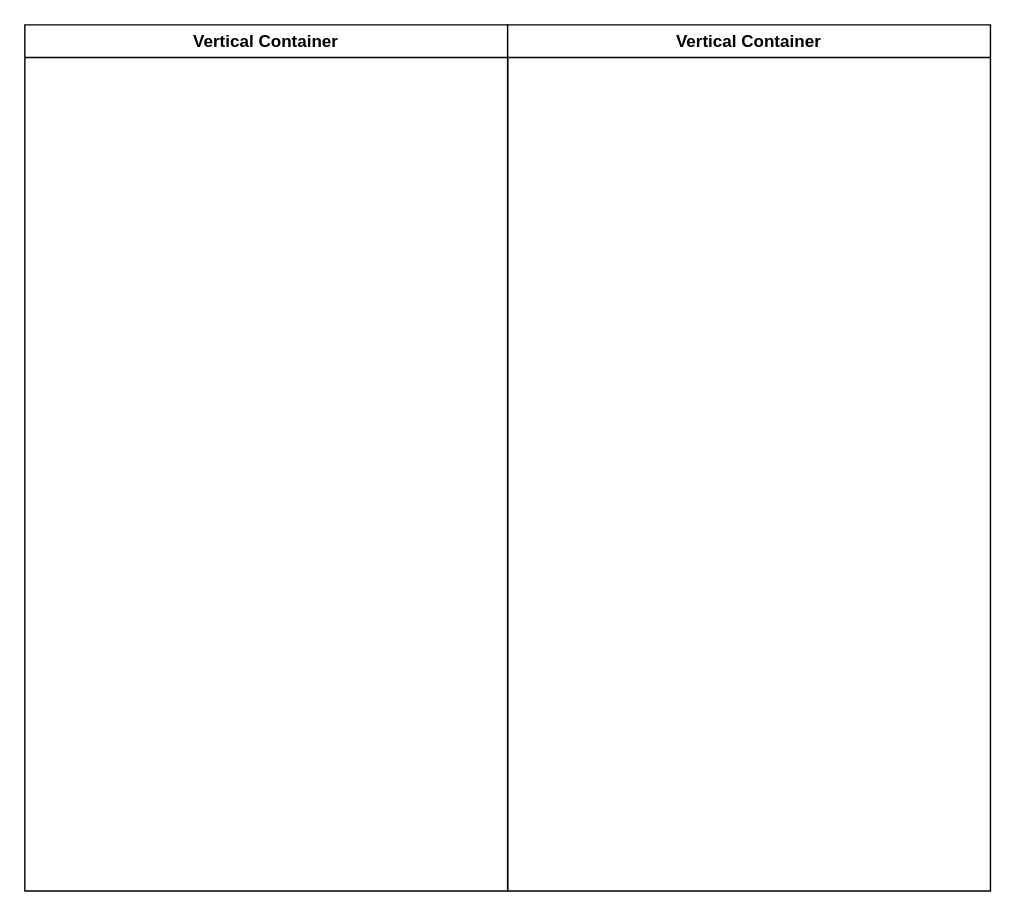
Above: page "Activity Diagram (Login)" (3 of 5) of Untitled Diagram.drawio in Enricko/UML (draw.io), before the change. Source tidied: cells renumbered, new cells numbered last; positions are measured from the earlier drawing's top-left corner, leaving out a move shared by most shapes. Both pictures are drawn from the tidied source at 142%, with x=0, y=0 at pixel (24, 24).
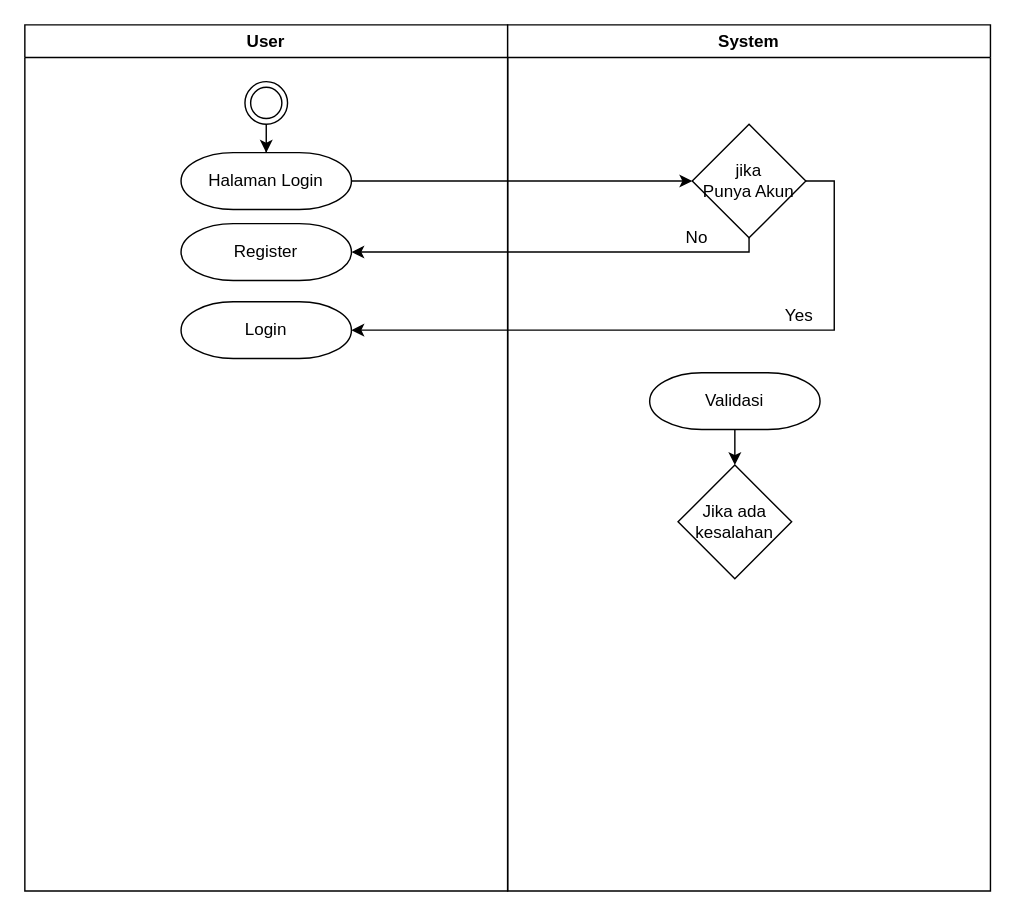
The same diagram, later.

Diff of the diagram source:
```diff
@@
-    <mxCell id="2" value="Vertical Container" style="swimlane;whiteSpace=wrap;html=1;" parent="1" vertex="1">
+    <mxCell id="2" value="User" style="swimlane;whiteSpace=wrap;html=1;" parent="1" vertex="1">
       <mxGeometry width="340" height="610" as="geometry" />
     </mxCell>
+    <mxCell id="4" style="group;strokeWidth=1;" parent="2" vertex="1">
+      <mxGeometry x="110" y="40" width="120" height="90" as="geometry" />
+    </mxCell>
+    <mxCell id="5" style="ellipse;html=1;shape=endState;strokeWidth=1;" parent="4" vertex="1">
+      <mxGeometry x="45" width="30" height="30" as="geometry" />
+    </mxCell>
+    <mxCell id="6" value="Halaman Login" style="strokeWidth=1;html=1;shape=mxgraph.flowchart.terminator;whiteSpace=wrap;" parent="4" vertex="1">
+      <mxGeometry y="50" width="120" height="40" as="geometry" />
+    </mxCell>
+    <mxCell id="7" style="edgeStyle=orthogonalEdgeStyle;rounded=0;jettySize=auto;html=1;exitX=0.5;exitY=1;exitDx=0;exitDy=0;strokeWidth=1;" parent="4" edge="1" source="5" target="6">
+      <mxGeometry relative="1" as="geometry" />
+    </mxCell>
+    <mxCell id="8" value="Login" style="strokeWidth=1;html=1;shape=mxgraph.flowchart.terminator;whiteSpace=wrap;" parent="2" vertex="1">
+      <mxGeometry x="110" y="195" width="120" height="40" as="geometry" />
+    </mxCell>
+    <mxCell id="9" value="Register" style="strokeWidth=1;html=1;shape=mxgraph.flowchart.terminator;whiteSpace=wrap;" parent="2" vertex="1">
+      <mxGeometry x="110" y="140" width="120" height="40" as="geometry" />
+    </mxCell>
-    <mxCell id="3" value="Vertical Container" style="swimlane;whiteSpace=wrap;html=1;" parent="1" vertex="1">
+    <mxCell id="3" value="System" style="swimlane;whiteSpace=wrap;html=1;" parent="1" vertex="1">
       <mxGeometry x="340" width="340" height="610" as="geometry" />
     </mxCell>
+    <mxCell id="10" value="jika&lt;br&gt;Punya Akun" style="rhombus;whiteSpace=wrap;html=1;strokeWidth=1;" parent="3" vertex="1">
+      <mxGeometry x="130" y="70" width="80" height="80" as="geometry" />
+    </mxCell>
+    <mxCell id="11" value="No" style="text;html=1;align=center;verticalAlign=middle;strokeColor=none;fillColor=none;" parent="3" vertex="1">
+      <mxGeometry x="115" y="135" width="35" height="30" as="geometry" />
+    </mxCell>
+    <mxCell id="12" value="Yes" style="text;html=1;align=center;verticalAlign=middle;strokeColor=none;fillColor=none;" parent="3" vertex="1">
+      <mxGeometry x="185" y="190" width="40" height="30" as="geometry" />
+    </mxCell>
+    <mxCell id="13" style="edgeStyle=orthogonalEdgeStyle;rounded=0;jettySize=auto;html=1;" parent="3" edge="1" source="14" target="15">
+      <mxGeometry relative="1" as="geometry" />
+    </mxCell>
+    <mxCell id="14" value="Validasi" style="strokeWidth=1;html=1;shape=mxgraph.flowchart.terminator;whiteSpace=wrap;" parent="3" vertex="1">
+      <mxGeometry x="100" y="245" width="120" height="40" as="geometry" />
+    </mxCell>
+    <mxCell id="15" value="Jika ada kesalahan" style="rhombus;whiteSpace=wrap;html=1;strokeWidth=1;" parent="3" vertex="1">
+      <mxGeometry x="120" y="310" width="80" height="80" as="geometry" />
+    </mxCell>
+    <mxCell id="16" style="edgeStyle=orthogonalEdgeStyle;rounded=0;jettySize=auto;html=1;strokeWidth=1;" parent="1" edge="1" source="6" target="10">
+      <mxGeometry relative="1" as="geometry" />
+    </mxCell>
+    <mxCell id="17" style="edgeStyle=orthogonalEdgeStyle;rounded=0;jettySize=auto;html=1;exitX=0.5;exitY=1;exitDx=0;exitDy=0;entryX=1;entryY=0.5;entryDx=0;entryDy=0;entryPerimeter=0;" parent="1" edge="1" source="10" target="9">
+      <mxGeometry relative="1" as="geometry">
+        <Array as="points">
+          <mxPoint x="510" y="160" />
+        </Array>
+      </mxGeometry>
+    </mxCell>
+    <mxCell id="18" style="edgeStyle=orthogonalEdgeStyle;rounded=0;jettySize=auto;html=1;exitX=1;exitY=0.5;exitDx=0;exitDy=0;entryX=1;entryY=0.5;entryDx=0;entryDy=0;entryPerimeter=0;" parent="1" edge="1" source="10" target="8">
+      <mxGeometry relative="1" as="geometry" />
+    </mxCell>
```
